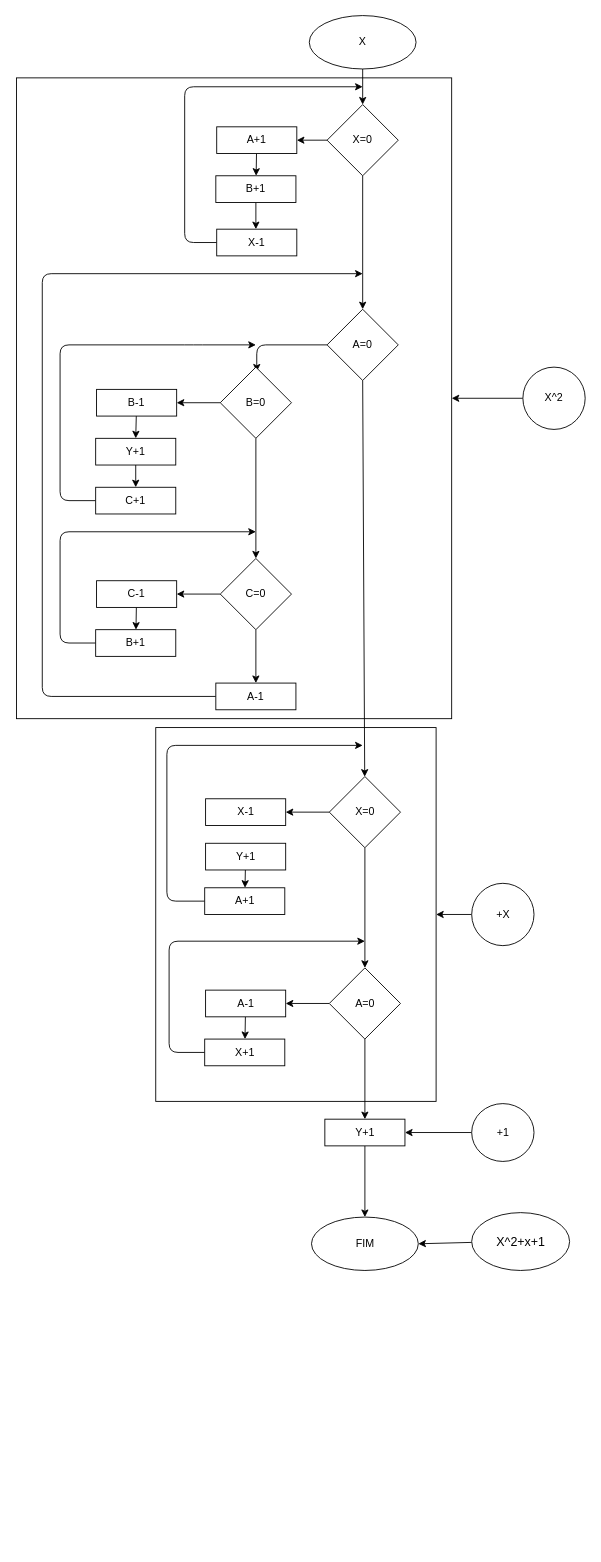
Before: Trabalho1/EX_01_A_NORMA.drawio in matheus-mcosta/TeoriaDaComputacao-N, a draw.io diagram. Source tidied: cells renumbered, new cells numbered last; positions are measured from the earlier drawing's top-left corner, leaving out a move shared by most shapes. Both pictures are drawn from the tidied source at 89%, with x=0, y=0 at pixel (16, 15).
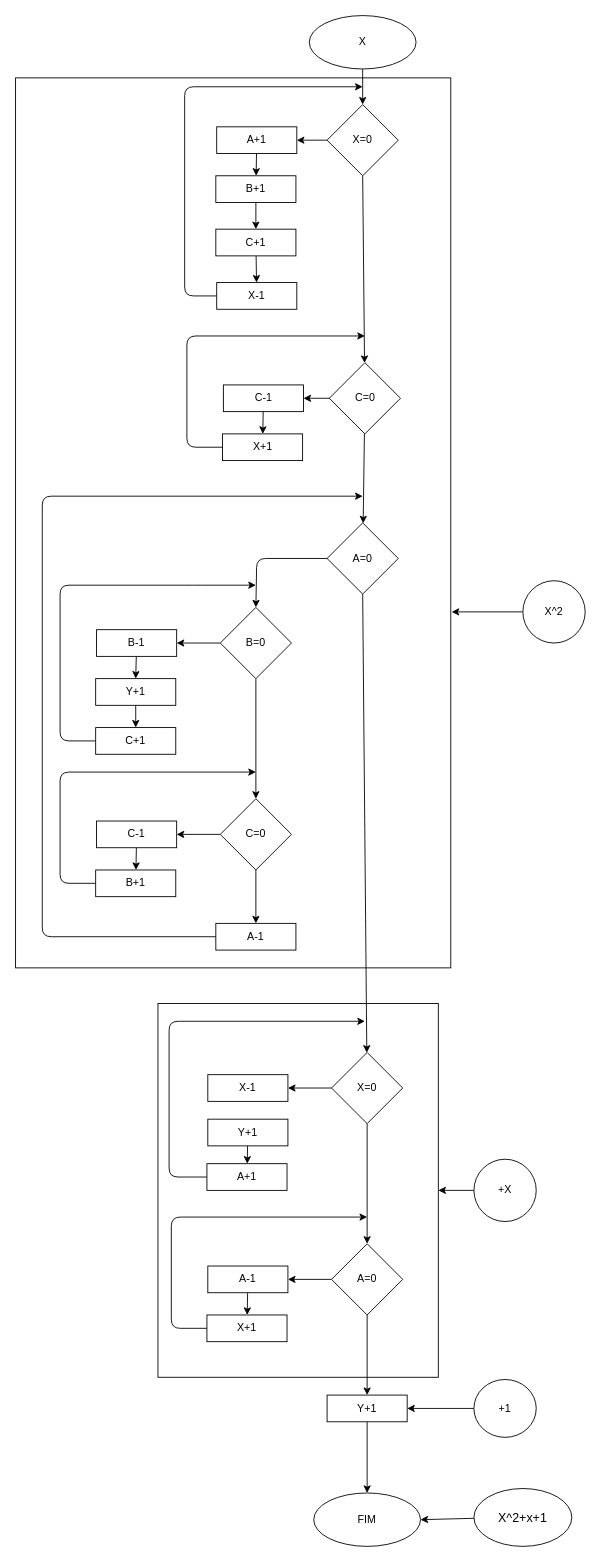
The same page after the edit.

The change refers to these unchanged cells:
```xml
<mxCell id="32" value="X=0" style="rhombus;whiteSpace=wrap;html=1;" parent="1" vertex="1">
  <mxGeometry x="349" y="100" width="80" height="80" as="geometry" />
</mxCell>
```

The edit, as a diff of the source:
```diff
@@
     <mxCell id="2" style="rounded=0;whiteSpace=wrap;html=1;" parent="1" vertex="1">
-      <mxGeometry y="70" width="489" height="720" as="geometry" />
+      <mxGeometry x="-1" y="70" width="489" height="1000" as="geometry" />
     </mxCell>
     <mxCell id="3" style="rounded=0;whiteSpace=wrap;html=1;" parent="1" vertex="1">
-      <mxGeometry x="156.5" y="800" width="315" height="420" as="geometry" />
+      <mxGeometry x="159" y="1110" width="315" height="420" as="geometry" />
     </mxCell>
@@
     <mxCell id="5" value="+X" style="ellipse;whiteSpace=wrap;html=1;" parent="1" vertex="1">
-      <mxGeometry x="511.5" y="975" width="70" height="70" as="geometry" />
+      <mxGeometry x="514" y="1285" width="70" height="70" as="geometry" />
     </mxCell>
@@
     <mxCell id="8" value="X=0" style="rhombus;whiteSpace=wrap;html=1;" parent="1" vertex="1">
-      <mxGeometry x="351.5" y="855" width="80" height="80" as="geometry" />
+      <mxGeometry x="354" y="1165" width="80" height="80" as="geometry" />
     </mxCell>
     <mxCell id="9" value="X-1" style="whiteSpace=wrap;html=1;" parent="1" vertex="1">
-      <mxGeometry x="212.5" y="880" width="90" height="30" as="geometry" />
+      <mxGeometry x="215" y="1190" width="90" height="30" as="geometry" />
     </mxCell>
@@
     <mxCell id="11" value="Y+1" style="whiteSpace=wrap;html=1;" parent="1" vertex="1">
-      <mxGeometry x="212.5" y="930" width="90" height="30" as="geometry" />
+      <mxGeometry x="215" y="1240" width="90" height="30" as="geometry" />
     </mxCell>
     <mxCell id="12" style="edgeStyle=none;html=1;exitX=0;exitY=0.5;exitDx=0;exitDy=0;fontSize=14;" parent="1" edge="1" source="13">
       <mxGeometry relative="1" as="geometry">
-        <mxPoint x="389" y="820" as="targetPoint" />
+        <mxPoint x="391.5" y="1130" as="targetPoint" />
         <Array as="points">
-          <mxPoint x="169" y="995" />
-          <mxPoint x="169" y="820" />
+          <mxPoint x="171.5" y="1305" />
+          <mxPoint x="171.5" y="1130" />
         </Array>
       </mxGeometry>
     </mxCell>
     <mxCell id="13" value="A+1" style="whiteSpace=wrap;html=1;" parent="1" vertex="1">
-      <mxGeometry x="211.5" y="980" width="90" height="30" as="geometry" />
+      <mxGeometry x="214" y="1290" width="90" height="30" as="geometry" />
     </mxCell>
@@
     <mxCell id="15" style="edgeStyle=none;html=1;" parent="1" edge="1" source="16">
       <mxGeometry relative="1" as="geometry">
-        <mxPoint x="391.5" y="1240" as="targetPoint" />
+        <mxPoint x="394" y="1550" as="targetPoint" />
       </mxGeometry>
     </mxCell>
     <mxCell id="16" value="A=0" style="rhombus;whiteSpace=wrap;html=1;" parent="1" vertex="1">
-      <mxGeometry x="351.5" y="1070" width="80" height="80" as="geometry" />
+      <mxGeometry x="354" y="1380" width="80" height="80" as="geometry" />
     </mxCell>
@@
     <mxCell id="18" value="A-1" style="whiteSpace=wrap;html=1;" parent="1" vertex="1">
-      <mxGeometry x="212.5" y="1095" width="90" height="30" as="geometry" />
+      <mxGeometry x="215" y="1405" width="90" height="30" as="geometry" />
     </mxCell>
     <mxCell id="19" style="edgeStyle=none;html=1;exitX=0;exitY=0.5;exitDx=0;exitDy=0;" parent="1" edge="1" source="20">
       <mxGeometry relative="1" as="geometry">
-        <mxPoint x="391.5" y="1040" as="targetPoint" />
+        <mxPoint x="394" y="1350" as="targetPoint" />
         <Array as="points">
-          <mxPoint x="171.5" y="1165" />
-          <mxPoint x="171.5" y="1040" />
+          <mxPoint x="174" y="1475" />
+          <mxPoint x="174" y="1350" />
         </Array>
       </mxGeometry>
     </mxCell>
     <mxCell id="20" value="X+1" style="whiteSpace=wrap;html=1;" parent="1" vertex="1">
-      <mxGeometry x="211.5" y="1150" width="90" height="30" as="geometry" />
+      <mxGeometry x="214" y="1460" width="90" height="30" as="geometry" />
     </mxCell>
@@
     <mxCell id="22" value="Y+1" style="whiteSpace=wrap;html=1;" parent="1" vertex="1">
-      <mxGeometry x="346.5" y="1240" width="90" height="30" as="geometry" />
+      <mxGeometry x="349" y="1550" width="90" height="30" as="geometry" />
     </mxCell>
     <mxCell id="23" value="FIM" style="ellipse;whiteSpace=wrap;html=1;" parent="1" vertex="1">
-      <mxGeometry x="331.5" y="1350" width="120" height="60" as="geometry" />
+      <mxGeometry x="334" y="1660" width="120" height="60" as="geometry" />
     </mxCell>
@@
     <mxCell id="25" value="+1" style="ellipse;whiteSpace=wrap;html=1;" parent="1" vertex="1">
-      <mxGeometry x="511.5" y="1222.5" width="70" height="65" as="geometry" />
+      <mxGeometry x="514" y="1532.5" width="70" height="65" as="geometry" />
     </mxCell>
@@
     <mxCell id="27" value="&lt;font style=&quot;font-size: 14px&quot;&gt;X^2+x+1&lt;/font&gt;" style="ellipse;whiteSpace=wrap;html=1;" parent="1" vertex="1">
-      <mxGeometry x="511.5" y="1345" width="110" height="65" as="geometry" />
+      <mxGeometry x="514" y="1655" width="110" height="65" as="geometry" />
     </mxCell>
@@
-    <mxCell id="31" style="edgeStyle=none;html=1;fontSize=14;entryX=0.5;entryY=0;entryDx=0;entryDy=0;" parent="1" edge="1" source="32" target="40">
-      <mxGeometry relative="1" as="geometry" />
-    </mxCell>
+    <mxCell id="62" style="edgeStyle=none;html=1;exitX=0.5;exitY=1;exitDx=0;exitDy=0;fontSize=14;" parent="1" edge="1" source="32" target="65">
+      <mxGeometry relative="1" as="geometry" />
+    </mxCell>
@@
     <mxCell id="37" style="edgeStyle=none;html=1;exitX=0;exitY=0.5;exitDx=0;exitDy=0;fontSize=14;" parent="1" edge="1" source="59">
       <mxGeometry relative="1" as="geometry">
         <mxPoint x="389" y="80" as="targetPoint" />
         <Array as="points">
-          <mxPoint x="189" y="255" />
+          <mxPoint x="189" y="315" />
           <mxPoint x="189" y="80" />
         </Array>
       </mxGeometry>
     </mxCell>
-    <mxCell id="38" style="edgeStyle=none;html=1;fontSize=14;exitX=0;exitY=0.5;exitDx=0;exitDy=0;entryX=0.5;entryY=0;entryDx=0;entryDy=0;" parent="1" edge="1" source="40">
+    <mxCell id="38" style="edgeStyle=none;html=1;fontSize=14;exitX=0;exitY=0.5;exitDx=0;exitDy=0;entryX=0.5;entryY=0;entryDx=0;entryDy=0;" parent="1" edge="1" source="40" target="43">
       <mxGeometry relative="1" as="geometry">
-        <mxPoint x="270" y="400" as="targetPoint" />
         <Array as="points">
-          <mxPoint x="270" y="370" />
+          <mxPoint x="270" y="610" />
         </Array>
       </mxGeometry>
     </mxCell>
@@
     <mxCell id="40" value="A=0" style="rhombus;whiteSpace=wrap;html=1;" parent="1" vertex="1">
-      <mxGeometry x="349" y="330" width="80" height="80" as="geometry" />
+      <mxGeometry x="349" y="570" width="80" height="80" as="geometry" />
     </mxCell>
@@
     <mxCell id="43" value="B=0" style="rhombus;whiteSpace=wrap;html=1;" parent="1" vertex="1">
-      <mxGeometry x="229" y="395" width="80" height="80" as="geometry" />
+      <mxGeometry x="229" y="665" width="80" height="80" as="geometry" />
     </mxCell>
@@
     <mxCell id="45" value="B-1" style="whiteSpace=wrap;html=1;" parent="1" vertex="1">
-      <mxGeometry x="90" y="420" width="90" height="30" as="geometry" />
+      <mxGeometry x="90" y="690" width="90" height="30" as="geometry" />
     </mxCell>
@@
     <mxCell id="47" value="Y+1" style="whiteSpace=wrap;html=1;" parent="1" vertex="1">
-      <mxGeometry x="89" y="475" width="90" height="30" as="geometry" />
+      <mxGeometry x="89" y="745" width="90" height="30" as="geometry" />
     </mxCell>
     <mxCell id="48" style="edgeStyle=none;html=1;exitX=0;exitY=0.5;exitDx=0;exitDy=0;" parent="1" edge="1" source="49">
       <mxGeometry relative="1" as="geometry">
-        <mxPoint x="269" y="370" as="targetPoint" />
+        <mxPoint x="269" y="640" as="targetPoint" />
         <Array as="points">
-          <mxPoint x="49" y="545" />
-          <mxPoint x="49" y="370" />
-          <mxPoint x="199" y="370" />
+          <mxPoint x="49" y="815" />
+          <mxPoint x="49" y="640" />
+          <mxPoint x="199" y="640" />
         </Array>
       </mxGeometry>
     </mxCell>
     <mxCell id="49" value="C+1" style="whiteSpace=wrap;html=1;" parent="1" vertex="1">
-      <mxGeometry x="89" y="530" width="90" height="30" as="geometry" />
+      <mxGeometry x="89" y="800" width="90" height="30" as="geometry" />
     </mxCell>
@@
     <mxCell id="52" value="C=0" style="rhombus;whiteSpace=wrap;html=1;" parent="1" vertex="1">
-      <mxGeometry x="229" y="610" width="80" height="80" as="geometry" />
+      <mxGeometry x="229" y="880" width="80" height="80" as="geometry" />
     </mxCell>
@@
     <mxCell id="54" value="C-1" style="whiteSpace=wrap;html=1;" parent="1" vertex="1">
-      <mxGeometry x="90" y="635" width="90" height="30" as="geometry" />
+      <mxGeometry x="90" y="905" width="90" height="30" as="geometry" />
     </mxCell>
     <mxCell id="55" style="edgeStyle=none;html=1;exitX=0;exitY=0.5;exitDx=0;exitDy=0;" parent="1" edge="1" source="56">
       <mxGeometry relative="1" as="geometry">
-        <mxPoint x="269" y="580" as="targetPoint" />
+        <mxPoint x="269" y="850" as="targetPoint" />
         <Array as="points">
-          <mxPoint x="49" y="705" />
-          <mxPoint x="49" y="580" />
+          <mxPoint x="49" y="975" />
+          <mxPoint x="49" y="850" />
         </Array>
       </mxGeometry>
     </mxCell>
     <mxCell id="56" value="B+1" style="whiteSpace=wrap;html=1;" parent="1" vertex="1">
-      <mxGeometry x="89" y="690" width="90" height="30" as="geometry" />
+      <mxGeometry x="89" y="960" width="90" height="30" as="geometry" />
     </mxCell>
     <mxCell id="57" style="edgeStyle=none;html=1;fontSize=14;" parent="1" edge="1" source="58">
       <mxGeometry relative="1" as="geometry">
-        <mxPoint x="389" y="290" as="targetPoint" />
+        <mxPoint x="389" y="540" as="targetPoint" />
         <Array as="points">
-          <mxPoint x="29" y="765" />
-          <mxPoint x="29" y="290" />
+          <mxPoint x="29" y="1035" />
+          <mxPoint x="29" y="540" />
         </Array>
       </mxGeometry>
     </mxCell>
     <mxCell id="58" value="A-1" style="whiteSpace=wrap;html=1;" parent="1" vertex="1">
-      <mxGeometry x="224" y="750" width="90" height="30" as="geometry" />
+      <mxGeometry x="224" y="1020" width="90" height="30" as="geometry" />
     </mxCell>
     <mxCell id="59" value="X-1" style="whiteSpace=wrap;html=1;" parent="1" vertex="1">
-      <mxGeometry x="225" y="240" width="90" height="30" as="geometry" />
+      <mxGeometry x="225" y="300" width="90" height="30" as="geometry" />
     </mxCell>
-    <mxCell id="60" style="edgeStyle=none;html=1;fontSize=14;entryX=1;entryY=0.5;entryDx=0;entryDy=0;" parent="1" edge="1" source="61" target="2">
-      <mxGeometry relative="1" as="geometry" />
+    <mxCell id="60" style="edgeStyle=none;html=1;fontSize=14;entryX=1;entryY=0.5;entryDx=0;entryDy=0;" parent="1" edge="1" source="61">
+      <mxGeometry relative="1" as="geometry">
+        <mxPoint x="489" y="670" as="targetPoint" />
+      </mxGeometry>
     </mxCell>
     <mxCell id="61" value="X^2" style="ellipse;whiteSpace=wrap;html=1;" parent="1" vertex="1">
-      <mxGeometry x="569" y="395" width="70" height="70" as="geometry" />
+      <mxGeometry x="569" y="635" width="70" height="70" as="geometry" />
     </mxCell>
+    <mxCell id="63" style="edgeStyle=none;html=1;entryX=1;entryY=0.5;entryDx=0;entryDy=0;" parent="1" edge="1" target="67">
+      <mxGeometry relative="1" as="geometry">
+        <mxPoint x="371.5" y="430" as="sourcePoint" />
+      </mxGeometry>
+    </mxCell>
+    <mxCell id="64" style="edgeStyle=none;html=1;fontSize=14;" parent="1" edge="1" source="65" target="40">
+      <mxGeometry relative="1" as="geometry" />
+    </mxCell>
+    <mxCell id="65" value="C=0" style="rhombus;whiteSpace=wrap;html=1;" parent="1" vertex="1">
+      <mxGeometry x="351.5" y="390" width="80" height="80" as="geometry" />
+    </mxCell>
+    <mxCell id="66" style="edgeStyle=none;html=1;" parent="1" edge="1" source="67" target="69">
+      <mxGeometry relative="1" as="geometry" />
+    </mxCell>
+    <mxCell id="67" value="C-1" style="whiteSpace=wrap;html=1;" parent="1" vertex="1">
+      <mxGeometry x="232.5" y="415" width="90" height="30" as="geometry" />
+    </mxCell>
+    <mxCell id="68" style="edgeStyle=none;html=1;exitX=0;exitY=0.5;exitDx=0;exitDy=0;" parent="1" edge="1" source="69">
+      <mxGeometry relative="1" as="geometry">
+        <mxPoint x="391.5" y="360" as="targetPoint" />
+        <Array as="points">
+          <mxPoint x="191.5" y="485" />
+          <mxPoint x="191.5" y="360" />
+        </Array>
+      </mxGeometry>
+    </mxCell>
+    <mxCell id="69" value="X+1" style="whiteSpace=wrap;html=1;" parent="1" vertex="1">
+      <mxGeometry x="231.5" y="470" width="90" height="30" as="geometry" />
+    </mxCell>
+    <mxCell id="70" style="edgeStyle=none;html=1;fontSize=14;" parent="1" edge="1" source="71" target="59">
+      <mxGeometry relative="1" as="geometry" />
+    </mxCell>
+    <mxCell id="71" value="C+1" style="whiteSpace=wrap;html=1;" parent="1" vertex="1">
+      <mxGeometry x="224" y="240" width="90" height="30" as="geometry" />
+    </mxCell>
```
